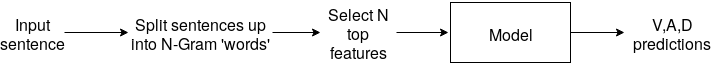
The draw.io diagram litImgs/modelFlow.png in tamara-h/Dissertation, before a commit. Source tidied: cells renumbered, new cells last; positions are measured from the earlier drawing's top-left corner, leaving out a move shared by most shapes.
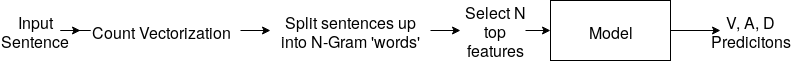
The same diagram one commit later.

The edit, as a diff of the source:
```diff
@@ -2,34 +2,40 @@
   <root>
     <mxCell id="0" />
     <mxCell id="1" parent="0" />
-    <mxCell id="2" style="edgeStyle=orthogonalEdgeStyle;rounded=0;jettySize=auto;html=1;entryX=0;entryY=0.5;entryDx=0;entryDy=0;fontSize=16;" parent="1" edge="1" source="3" target="5">
+    <mxCell id="2" style="edgeStyle=orthogonalEdgeStyle;rounded=0;jettySize=auto;html=1;exitX=1;exitY=0.5;exitDx=0;exitDy=0;" parent="1" edge="1" source="3" target="12">
       <mxGeometry relative="1" as="geometry" />
     </mxCell>
-    <mxCell id="3" value="Input sentence" style="text;html=1;strokeColor=none;fillColor=none;align=center;verticalAlign=middle;whiteSpace=wrap;rounded=0;fontSize=16;" parent="1" vertex="1">
-      <mxGeometry y="8" width="64" height="48" as="geometry" />
+    <mxCell id="3" value="&lt;div&gt;Input&lt;/div&gt;&lt;div&gt;Sentence&lt;br&gt;&lt;/div&gt;" style="text;html=1;strokeColor=none;fillColor=none;align=center;verticalAlign=middle;whiteSpace=wrap;rounded=0;fontSize=16;" parent="1" vertex="1">
+      <mxGeometry x="108" y="86" width="70" height="40" as="geometry" />
     </mxCell>
-    <mxCell id="4" style="edgeStyle=orthogonalEdgeStyle;rounded=0;jettySize=auto;html=1;entryX=0;entryY=0.5;entryDx=0;entryDy=0;fontSize=16;" parent="1" edge="1" source="5" target="7">
+    <mxCell id="4" style="edgeStyle=orthogonalEdgeStyle;rounded=0;jettySize=auto;html=1;fontSize=16;" parent="1" edge="1" source="5" target="6">
       <mxGeometry relative="1" as="geometry" />
     </mxCell>
-    <mxCell id="5" value="Split sentences up into N-Gram 'words'" style="text;html=1;strokeColor=none;fillColor=none;align=center;verticalAlign=middle;whiteSpace=wrap;rounded=0;fontSize=16;" parent="1" vertex="1">
-      <mxGeometry x="128" width="144" height="64" as="geometry" />
+    <mxCell id="5" value="Model" style="rounded=0;whiteSpace=wrap;html=1;fontSize=16;" parent="1" vertex="1">
+      <mxGeometry x="658" y="76" width="120" height="60" as="geometry" />
     </mxCell>
-    <mxCell id="6" style="edgeStyle=orthogonalEdgeStyle;rounded=0;jettySize=auto;html=1;fontSize=16;" parent="1" edge="1" source="7">
-      <mxGeometry relative="1" as="geometry">
-        <mxPoint x="448" y="32" as="targetPoint" />
-      </mxGeometry>
+    <mxCell id="6" value="V, A, D Predicitons" style="text;html=1;strokeColor=none;fillColor=none;align=center;verticalAlign=middle;whiteSpace=wrap;rounded=0;fontSize=16;" parent="1" vertex="1">
+      <mxGeometry x="828" y="96" width="60" height="20" as="geometry" />
     </mxCell>
-    <mxCell id="7" value="Select N top features" style="text;html=1;strokeColor=none;fillColor=none;align=center;verticalAlign=middle;whiteSpace=wrap;rounded=0;fontSize=16;" parent="1" vertex="1">
-      <mxGeometry x="320" y="8" width="76" height="48" as="geometry" />
+    <mxCell id="7" style="edgeStyle=orthogonalEdgeStyle;rounded=0;jettySize=auto;html=1;fontSize=16;" parent="1" edge="1" source="8" target="9">
+      <mxGeometry relative="1" as="geometry" />
     </mxCell>
-    <mxCell id="8" style="edgeStyle=orthogonalEdgeStyle;rounded=0;jettySize=auto;html=1;fontSize=16;" parent="1" edge="1" source="9" target="10">
-      <mxGeometry relative="1" as="geometry" />
+    <mxCell id="8" value="Split sentences up into N-Gram 'words'" style="text;html=1;strokeColor=none;fillColor=none;align=center;verticalAlign=middle;whiteSpace=wrap;rounded=0;fontSize=16;" parent="1" vertex="1">
+      <mxGeometry x="378" y="96" width="160" height="20" as="geometry" />
     </mxCell>
-    <mxCell id="9" value="Model" style="rounded=0;whiteSpace=wrap;html=1;fontSize=16;" parent="1" vertex="1">
-      <mxGeometry x="450" y="2" width="120" height="60" as="geometry" />
+    <mxCell id="9" value="Select N top features" style="text;html=1;strokeColor=none;fillColor=none;align=center;verticalAlign=middle;whiteSpace=wrap;rounded=0;fontSize=16;" parent="1" vertex="1">
+      <mxGeometry x="568" y="96" width="70" height="20" as="geometry" />
     </mxCell>
-    <mxCell id="10" value="V,A,D predictions" style="text;html=1;strokeColor=none;fillColor=none;align=center;verticalAlign=middle;whiteSpace=wrap;rounded=0;fontSize=16;" parent="1" vertex="1">
-      <mxGeometry x="624" y="22" width="96" height="20" as="geometry" />
+    <mxCell id="10" style="edgeStyle=orthogonalEdgeStyle;rounded=0;jettySize=auto;html=1;fontSize=16;" parent="1" edge="1" target="5">
+      <mxGeometry relative="1" as="geometry">
+        <mxPoint x="633" y="106" as="sourcePoint" />
+      </mxGeometry>
     </mxCell>
+    <mxCell id="11" style="edgeStyle=orthogonalEdgeStyle;rounded=0;jettySize=auto;html=1;" parent="1" edge="1" source="12" target="8">
+      <mxGeometry relative="1" as="geometry" />
+    </mxCell>
+    <mxCell id="12" value="Count Vectorization" style="text;html=1;strokeColor=none;fillColor=none;align=center;verticalAlign=middle;whiteSpace=wrap;rounded=0;fontSize=16;" parent="1" vertex="1">
+      <mxGeometry x="188" y="96" width="160" height="20" as="geometry" />
+    </mxCell>
   </root>
 </mxGraphModel>
```
